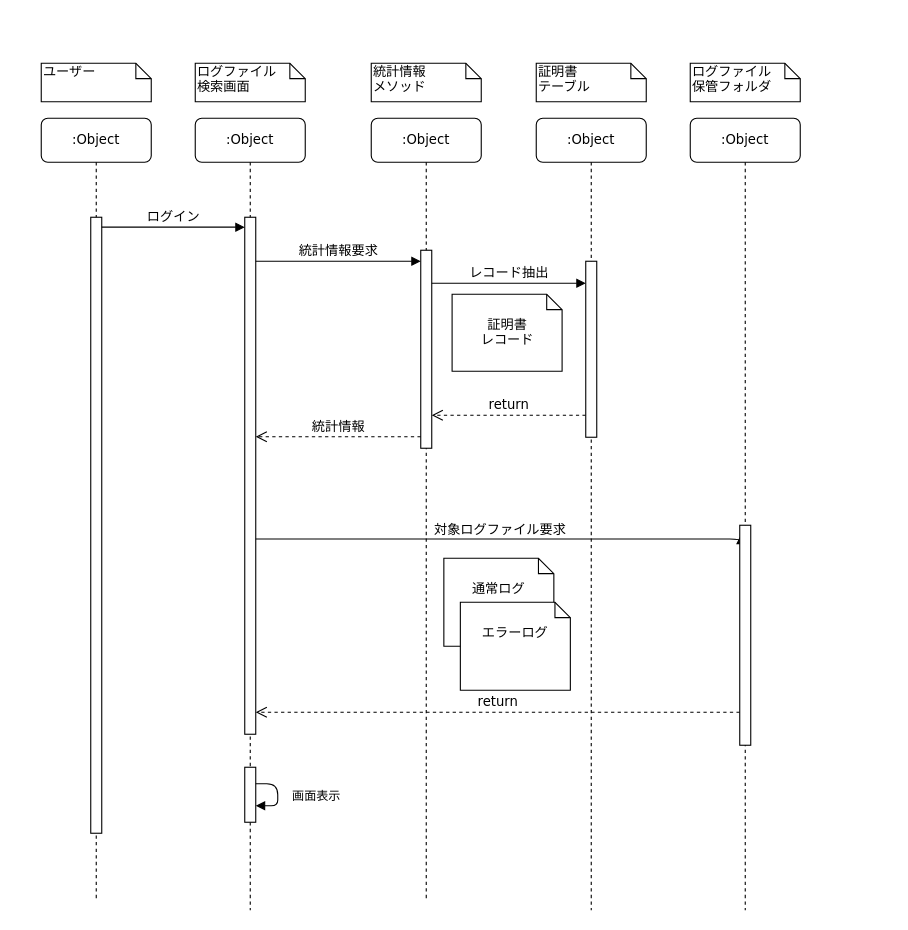
Before: page "シーケンス図（WEB UI）" (2 of 6) of UMLDiagram.drawio in r-asano/kaihatsubuKenshu, a draw.io diagram. Source tidied: cells renumbered, new cells numbered last; positions are measured from the earlier drawing's top-left corner, leaving out a move shared by most shapes. Both pictures are drawn from the tidied source at 110%, with x=0, y=0 at pixel (41, 63).
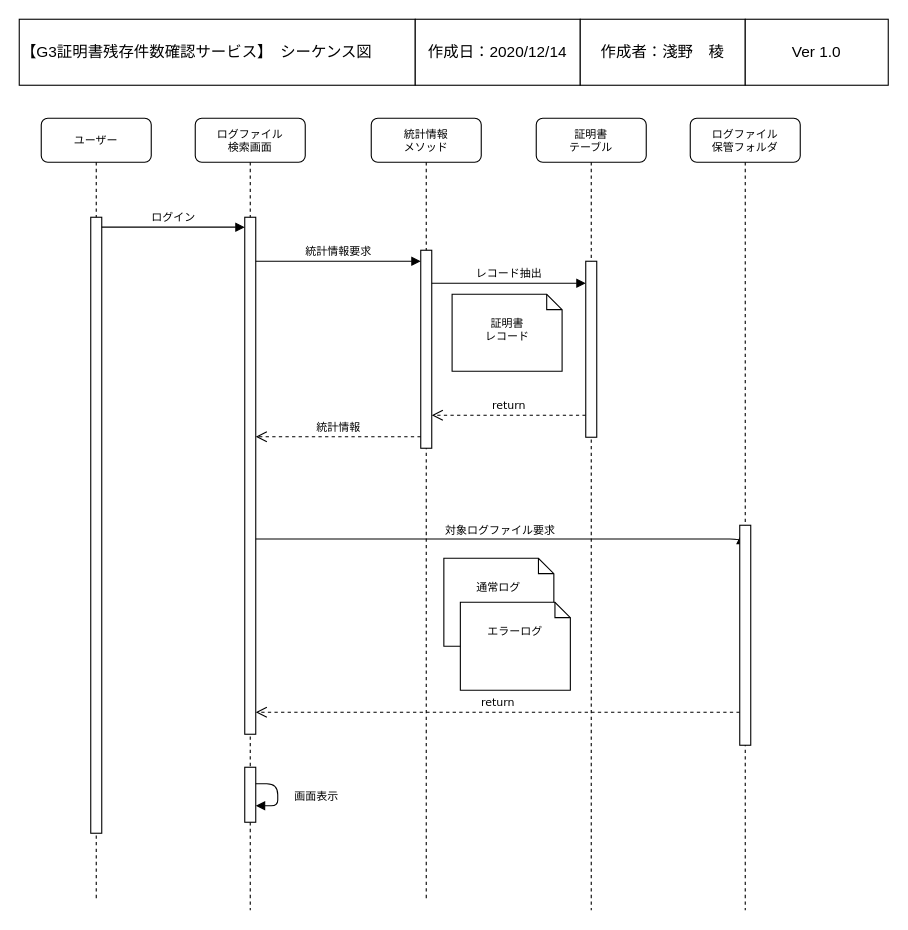
Above is the later version.

Diff of the diagram source:
```diff
@@
-    <mxCell id="2" value=":Object" style="shape=umlLifeline;perimeter=lifelinePerimeter;whiteSpace=wrap;html=1;rounded=1;shadow=0;comic=0;labelBackgroundColor=none;strokeWidth=1;fontFamily=Verdana;fontSize=12;align=center;" parent="1" vertex="1">
+    <mxCell id="2" value="ログファイル&lt;br style=&quot;font-size: 10px&quot;&gt;検索画面" style="shape=umlLifeline;perimeter=lifelinePerimeter;whiteSpace=wrap;html=1;rounded=1;shadow=0;comic=0;labelBackgroundColor=none;strokeWidth=1;fontFamily=Verdana;fontSize=10;align=center;" parent="1" vertex="1">
       <mxGeometry x="140" y="50" width="100" height="720" as="geometry" />
     </mxCell>
-    <mxCell id="3" style="html=1;points=[];perimeter=orthogonalPerimeter;rounded=0;shadow=0;comic=0;labelBackgroundColor=none;strokeWidth=1;fontFamily=Verdana;fontSize=12;align=center;" parent="2" vertex="1">
+    <mxCell id="3" style="html=1;points=[];perimeter=orthogonalPerimeter;rounded=0;shadow=0;comic=0;labelBackgroundColor=none;strokeWidth=1;fontFamily=Verdana;fontSize=10;align=center;" parent="2" vertex="1">
       <mxGeometry x="45" y="90" width="10" height="470" as="geometry" />
     </mxCell>
-    <mxCell id="4" style="html=1;points=[];perimeter=orthogonalPerimeter;rounded=0;shadow=0;comic=0;labelBackgroundColor=none;strokeWidth=1;fontFamily=Verdana;fontSize=12;align=center;" parent="2" vertex="1">
+    <mxCell id="4" style="html=1;points=[];perimeter=orthogonalPerimeter;rounded=0;shadow=0;comic=0;labelBackgroundColor=none;strokeWidth=1;fontFamily=Verdana;fontSize=10;align=center;" parent="2" vertex="1">
       <mxGeometry x="45" y="590" width="10" height="50" as="geometry" />
     </mxCell>
-    <mxCell id="5" value="画面表示" style="html=1;verticalAlign=bottom;endArrow=block;" parent="2" edge="1" source="4" target="4">
+    <mxCell id="5" value="画面表示" style="html=1;verticalAlign=bottom;endArrow=block;fontSize=10;" parent="2" edge="1" source="4" target="4">
       <mxGeometry x="0.33" y="-35" relative="1" as="geometry">
         <mxPoint x="35" y="35" as="offset" />
       </mxGeometry>
     </mxCell>
-    <mxCell id="6" value=":Object" style="shape=umlLifeline;perimeter=lifelinePerimeter;whiteSpace=wrap;html=1;rounded=1;shadow=0;comic=0;labelBackgroundColor=none;strokeWidth=1;fontFamily=Verdana;fontSize=12;align=center;" parent="1" vertex="1">
+    <mxCell id="6" value="&lt;div style=&quot;font-size: 10px&quot;&gt;統計情報&lt;/div&gt;&lt;div style=&quot;font-size: 10px&quot;&gt;メソッド&lt;br style=&quot;font-size: 10px&quot;&gt;&lt;/div&gt;" style="shape=umlLifeline;perimeter=lifelinePerimeter;whiteSpace=wrap;html=1;rounded=1;shadow=0;comic=0;labelBackgroundColor=none;strokeWidth=1;fontFamily=Verdana;fontSize=10;align=center;" parent="1" vertex="1">
       <mxGeometry x="300" y="50" width="100" height="710" as="geometry" />
     </mxCell>
-    <mxCell id="7" style="html=1;points=[];perimeter=orthogonalPerimeter;rounded=0;shadow=0;comic=0;labelBackgroundColor=none;strokeWidth=1;fontFamily=Verdana;fontSize=12;align=center;" parent="6" vertex="1">
+    <mxCell id="7" style="html=1;points=[];perimeter=orthogonalPerimeter;rounded=0;shadow=0;comic=0;labelBackgroundColor=none;strokeWidth=1;fontFamily=Verdana;fontSize=10;align=center;" parent="6" vertex="1">
       <mxGeometry x="45" y="120" width="10" height="180" as="geometry" />
     </mxCell>
-    <mxCell id="8" value=":Object" style="shape=umlLifeline;perimeter=lifelinePerimeter;whiteSpace=wrap;html=1;rounded=1;shadow=0;comic=0;labelBackgroundColor=none;strokeWidth=1;fontFamily=Verdana;fontSize=12;align=center;" parent="1" vertex="1">
+    <mxCell id="8" value="ユーザー" style="shape=umlLifeline;perimeter=lifelinePerimeter;whiteSpace=wrap;html=1;rounded=1;shadow=0;comic=0;labelBackgroundColor=none;strokeWidth=1;fontFamily=Verdana;fontSize=10;align=center;" parent="1" vertex="1">
       <mxGeometry y="50" width="100" height="710" as="geometry" />
     </mxCell>
-    <mxCell id="9" style="html=1;points=[];perimeter=orthogonalPerimeter;rounded=0;shadow=0;comic=0;labelBackgroundColor=none;strokeWidth=1;fontFamily=Verdana;fontSize=12;align=center;" parent="8" vertex="1">
+    <mxCell id="9" style="html=1;points=[];perimeter=orthogonalPerimeter;rounded=0;shadow=0;comic=0;labelBackgroundColor=none;strokeWidth=1;fontFamily=Verdana;fontSize=10;align=center;" parent="8" vertex="1">
       <mxGeometry x="45" y="90" width="10" height="560" as="geometry" />
     </mxCell>
-    <mxCell id="10" value="ユーザー" style="shape=note;whiteSpace=wrap;html=1;size=14;verticalAlign=top;align=left;spacingTop=-6;rounded=0;shadow=0;comic=0;labelBackgroundColor=none;strokeWidth=1;fontFamily=Verdana;fontSize=12;" parent="1" vertex="1">
-      <mxGeometry width="100" height="35" as="geometry" />
-    </mxCell>
-    <mxCell id="11" value="ログファイル&lt;br&gt;検索画面" style="shape=note;whiteSpace=wrap;html=1;size=14;verticalAlign=top;align=left;spacingTop=-6;rounded=0;shadow=0;comic=0;labelBackgroundColor=none;strokeWidth=1;fontFamily=Verdana;fontSize=12;" parent="1" vertex="1">
-      <mxGeometry x="140" width="100" height="35" as="geometry" />
-    </mxCell>
-    <mxCell id="12" value="&lt;div&gt;統計情報&lt;/div&gt;&lt;div&gt;メソッド&lt;br&gt;&lt;/div&gt;" style="shape=note;whiteSpace=wrap;html=1;size=14;verticalAlign=top;align=left;spacingTop=-6;rounded=0;shadow=0;comic=0;labelBackgroundColor=none;strokeWidth=1;fontFamily=Verdana;fontSize=12;" parent="1" vertex="1">
-      <mxGeometry x="300" width="100" height="35" as="geometry" />
-    </mxCell>
-    <mxCell id="13" value="対象ログファイル要求" style="html=1;verticalAlign=bottom;endArrow=block;labelBackgroundColor=none;fontFamily=Verdana;fontSize=12;edgeStyle=elbowEdgeStyle;elbow=vertical;entryX=0.1;entryY=0.043;entryDx=0;entryDy=0;entryPerimeter=0;" parent="1" edge="1" target="17">
+    <mxCell id="13" value="対象ログファイル要求" style="html=1;verticalAlign=bottom;endArrow=block;labelBackgroundColor=none;fontFamily=Verdana;fontSize=10;edgeStyle=elbowEdgeStyle;elbow=vertical;entryX=0.1;entryY=0.043;entryDx=0;entryDy=0;entryPerimeter=0;" parent="1" edge="1" target="17">
       <mxGeometry relative="1" as="geometry">
         <mxPoint x="195" y="432.5" as="sourcePoint" />
         <Array as="points">
           <mxPoint x="280" y="432.5" />
         </Array>
       </mxGeometry>
     </mxCell>
-    <mxCell id="14" value="return" style="html=1;verticalAlign=bottom;endArrow=open;dashed=1;endSize=8;labelBackgroundColor=none;fontFamily=Verdana;fontSize=12;edgeStyle=elbowEdgeStyle;elbow=vertical;" parent="1" edge="1" source="17" target="3">
+    <mxCell id="14" value="return" style="html=1;verticalAlign=bottom;endArrow=open;dashed=1;endSize=8;labelBackgroundColor=none;fontFamily=Verdana;fontSize=10;edgeStyle=elbowEdgeStyle;elbow=vertical;" parent="1" edge="1" source="17" target="3">
       <mxGeometry relative="1" as="geometry">
         <Array as="points">
           <mxPoint x="540" y="590" />
           <mxPoint x="280" y="552.5" />
           <mxPoint x="280" y="542.5" />
           <mxPoint x="310" y="542.5" />
         </Array>
       </mxGeometry>
     </mxCell>
-    <mxCell id="15" value="ログイン" style="html=1;verticalAlign=bottom;endArrow=block;labelBackgroundColor=none;fontFamily=Verdana;fontSize=12;edgeStyle=elbowEdgeStyle;elbow=vertical;entryX=0;entryY=0.45;entryDx=0;entryDy=0;entryPerimeter=0;" parent="1" edge="1" source="9">
+    <mxCell id="15" value="ログイン" style="html=1;verticalAlign=bottom;endArrow=block;labelBackgroundColor=none;fontFamily=Verdana;fontSize=10;edgeStyle=elbowEdgeStyle;elbow=vertical;entryX=0;entryY=0.45;entryDx=0;entryDy=0;entryPerimeter=0;" parent="1" edge="1" source="9">
       <mxGeometry relative="1" as="geometry">
         <mxPoint x="185" y="149" as="targetPoint" />
         <Array as="points">
           <mxPoint x="120" y="149" />
           <mxPoint x="145" y="160" />
         </Array>
       </mxGeometry>
     </mxCell>
-    <mxCell id="16" value=":Object" style="shape=umlLifeline;perimeter=lifelinePerimeter;whiteSpace=wrap;html=1;rounded=1;shadow=0;comic=0;labelBackgroundColor=none;strokeWidth=1;fontFamily=Verdana;fontSize=12;align=center;" parent="1" vertex="1">
+    <mxCell id="16" value="ログファイル&lt;br style=&quot;font-size: 10px&quot;&gt;保管フォルダ" style="shape=umlLifeline;perimeter=lifelinePerimeter;whiteSpace=wrap;html=1;rounded=1;shadow=0;comic=0;labelBackgroundColor=none;strokeWidth=1;fontFamily=Verdana;fontSize=10;align=center;" parent="1" vertex="1">
       <mxGeometry x="590" y="50" width="100" height="720" as="geometry" />
     </mxCell>
-    <mxCell id="17" style="html=1;points=[];perimeter=orthogonalPerimeter;rounded=0;shadow=0;comic=0;labelBackgroundColor=none;strokeWidth=1;fontFamily=Verdana;fontSize=12;align=center;" parent="16" vertex="1">
+    <mxCell id="17" style="html=1;points=[];perimeter=orthogonalPerimeter;rounded=0;shadow=0;comic=0;labelBackgroundColor=none;strokeWidth=1;fontFamily=Verdana;fontSize=10;align=center;" parent="16" vertex="1">
       <mxGeometry x="45" y="370" width="10" height="200" as="geometry" />
     </mxCell>
-    <mxCell id="18" value="ログファイル&lt;br&gt;保管フォルダ" style="shape=note;whiteSpace=wrap;html=1;size=14;verticalAlign=top;align=left;spacingTop=-6;rounded=0;shadow=0;comic=0;labelBackgroundColor=none;strokeWidth=1;fontFamily=Verdana;fontSize=12;" parent="1" vertex="1">
-      <mxGeometry x="590" width="100" height="35" as="geometry" />
-    </mxCell>
-    <mxCell id="19" value="レコード抽出" style="html=1;verticalAlign=bottom;endArrow=block;labelBackgroundColor=none;fontFamily=Verdana;fontSize=12;edgeStyle=elbowEdgeStyle;elbow=vertical;" parent="1" edge="1" target="24">
+    <mxCell id="19" value="レコード抽出" style="html=1;verticalAlign=bottom;endArrow=block;labelBackgroundColor=none;fontFamily=Verdana;fontSize=10;edgeStyle=elbowEdgeStyle;elbow=vertical;" parent="1" edge="1" target="24">
       <mxGeometry relative="1" as="geometry">
         <mxPoint x="355" y="200" as="sourcePoint" />
         <Array as="points">
           <mxPoint x="365" y="200" />
         </Array>
       </mxGeometry>
     </mxCell>
-    <mxCell id="20" value="&lt;div&gt;証明書&lt;/div&gt;&lt;div&gt;レコード&lt;/div&gt;" style="shape=note2;boundedLbl=1;whiteSpace=wrap;html=1;size=14;verticalAlign=top;align=center;" parent="1" vertex="1">
+    <mxCell id="20" value="&lt;div style=&quot;font-size: 10px;&quot;&gt;証明書&lt;/div&gt;&lt;div style=&quot;font-size: 10px;&quot;&gt;レコード&lt;/div&gt;" style="shape=note2;boundedLbl=1;whiteSpace=wrap;html=1;size=14;verticalAlign=top;align=center;fontSize=10;" parent="1" vertex="1">
       <mxGeometry x="373.5" y="210" width="100" height="70" as="geometry" />
     </mxCell>
-    <mxCell id="21" value="return" style="html=1;verticalAlign=bottom;endArrow=open;dashed=1;endSize=8;labelBackgroundColor=none;fontFamily=Verdana;fontSize=12;edgeStyle=elbowEdgeStyle;elbow=vertical;" parent="1" edge="1" source="24">
+    <mxCell id="21" value="return" style="html=1;verticalAlign=bottom;endArrow=open;dashed=1;endSize=8;labelBackgroundColor=none;fontFamily=Verdana;fontSize=10;edgeStyle=elbowEdgeStyle;elbow=vertical;" parent="1" edge="1" source="24">
       <mxGeometry relative="1" as="geometry">
         <mxPoint x="355" y="320" as="targetPoint" />
         <Array as="points">
           <mxPoint x="480" y="320" />
           <mxPoint x="460" y="300" />
           <mxPoint x="390" y="290" />
           <mxPoint x="765" y="360" />
           <mxPoint x="795" y="360" />
         </Array>
       </mxGeometry>
     </mxCell>
-    <mxCell id="22" value="統計情報" style="html=1;verticalAlign=bottom;endArrow=open;dashed=1;endSize=8;labelBackgroundColor=none;fontFamily=Verdana;fontSize=12;edgeStyle=elbowEdgeStyle;elbow=vertical;" parent="1" edge="1" source="7" target="3">
+    <mxCell id="22" value="統計情報" style="html=1;verticalAlign=bottom;endArrow=open;dashed=1;endSize=8;labelBackgroundColor=none;fontFamily=Verdana;fontSize=10;edgeStyle=elbowEdgeStyle;elbow=vertical;" parent="1" edge="1" source="7" target="3">
       <mxGeometry relative="1" as="geometry">
         <Array as="points">
           <mxPoint x="235" y="339.5" />
           <mxPoint x="235" y="329.5" />
           <mxPoint x="265" y="329.5" />
         </Array>
       </mxGeometry>
     </mxCell>
-    <mxCell id="23" value=":Object" style="shape=umlLifeline;perimeter=lifelinePerimeter;whiteSpace=wrap;html=1;rounded=1;shadow=0;comic=0;labelBackgroundColor=none;strokeWidth=1;fontFamily=Verdana;fontSize=12;align=center;" parent="1" vertex="1">
+    <mxCell id="23" value="&lt;div style=&quot;font-size: 10px&quot;&gt;証明書&lt;/div&gt;&lt;div style=&quot;font-size: 10px&quot;&gt;テーブル&lt;br style=&quot;font-size: 10px&quot;&gt;&lt;/div&gt;" style="shape=umlLifeline;perimeter=lifelinePerimeter;whiteSpace=wrap;html=1;rounded=1;shadow=0;comic=0;labelBackgroundColor=none;strokeWidth=1;fontFamily=Verdana;fontSize=10;align=center;" parent="1" vertex="1">
       <mxGeometry x="450" y="50" width="100" height="720" as="geometry" />
     </mxCell>
-    <mxCell id="24" style="html=1;points=[];perimeter=orthogonalPerimeter;rounded=0;shadow=0;comic=0;labelBackgroundColor=none;strokeWidth=1;fontFamily=Verdana;fontSize=12;align=center;" parent="23" vertex="1">
+    <mxCell id="24" style="html=1;points=[];perimeter=orthogonalPerimeter;rounded=0;shadow=0;comic=0;labelBackgroundColor=none;strokeWidth=1;fontFamily=Verdana;fontSize=10;align=center;" parent="23" vertex="1">
       <mxGeometry x="45" y="130" width="10" height="160" as="geometry" />
     </mxCell>
-    <mxCell id="25" value="&lt;div&gt;証明書&lt;/div&gt;&lt;div&gt;テーブル&lt;br&gt;&lt;/div&gt;" style="shape=note;whiteSpace=wrap;html=1;size=14;verticalAlign=top;align=left;spacingTop=-6;rounded=0;shadow=0;comic=0;labelBackgroundColor=none;strokeWidth=1;fontFamily=Verdana;fontSize=12;" parent="1" vertex="1">
-      <mxGeometry x="450" width="100" height="35" as="geometry" />
-    </mxCell>
-    <mxCell id="26" value="統計情報要求" style="html=1;verticalAlign=bottom;endArrow=block;labelBackgroundColor=none;fontFamily=Verdana;fontSize=12;edgeStyle=elbowEdgeStyle;elbow=vertical;" parent="1" edge="1" source="3" target="7">
+    <mxCell id="26" value="統計情報要求" style="html=1;verticalAlign=bottom;endArrow=block;labelBackgroundColor=none;fontFamily=Verdana;fontSize=10;edgeStyle=elbowEdgeStyle;elbow=vertical;" parent="1" edge="1" source="3" target="7">
       <mxGeometry relative="1" as="geometry">
         <Array as="points">
           <mxPoint x="210" y="180" />
         </Array>
       </mxGeometry>
     </mxCell>
-    <mxCell id="27" value="&lt;div align=&quot;center&quot;&gt;通常ログ&lt;/div&gt;" style="shape=note2;boundedLbl=1;whiteSpace=wrap;html=1;size=14;verticalAlign=top;align=center;" parent="1" vertex="1">
+    <mxCell id="27" value="&lt;div style=&quot;font-size: 10px;&quot; align=&quot;center&quot;&gt;通常ログ&lt;/div&gt;" style="shape=note2;boundedLbl=1;whiteSpace=wrap;html=1;size=14;verticalAlign=top;align=center;fontSize=10;" parent="1" vertex="1">
       <mxGeometry x="366" y="450" width="100" height="80" as="geometry" />
     </mxCell>
-    <mxCell id="28" value="エラーログ" style="shape=note2;boundedLbl=1;whiteSpace=wrap;html=1;size=14;verticalAlign=top;align=center;" parent="1" vertex="1">
+    <mxCell id="28" value="エラーログ" style="shape=note2;boundedLbl=1;whiteSpace=wrap;html=1;size=14;verticalAlign=top;align=center;fontSize=10;" parent="1" vertex="1">
       <mxGeometry x="381" y="490" width="100" height="80" as="geometry" />
     </mxCell>
+    <mxCell id="29" value="&lt;div style=&quot;font-size: 14px&quot; align=&quot;left&quot;&gt;&lt;font style=&quot;font-size: 14px&quot;&gt;【G3証明書残存件数確認サービス】　シーケンス図&lt;/font&gt;&lt;/div&gt;" style="rounded=0;whiteSpace=wrap;html=1;align=left;fontSize=14;" parent="1" vertex="1">
+      <mxGeometry x="-20" y="-40" width="360" height="60" as="geometry" />
+    </mxCell>
+    <mxCell id="30" value="&lt;font style=&quot;font-size: 14px;&quot;&gt;作成日：2020/12/14&lt;/font&gt;" style="rounded=0;whiteSpace=wrap;html=1;fontSize=14;" parent="1" vertex="1">
+      <mxGeometry x="340" y="-40" width="150" height="60" as="geometry" />
+    </mxCell>
+    <mxCell id="31" value="&lt;font style=&quot;font-size: 14px;&quot;&gt;作成者：淺野　稜&lt;/font&gt;" style="rounded=0;whiteSpace=wrap;html=1;fontSize=14;" parent="1" vertex="1">
+      <mxGeometry x="490" y="-40" width="150" height="60" as="geometry" />
+    </mxCell>
+    <mxCell id="32" value="&lt;font style=&quot;font-size: 14px;&quot;&gt;Ver 1.0&lt;/font&gt;" style="rounded=0;whiteSpace=wrap;html=1;fontSize=14;" parent="1" vertex="1">
+      <mxGeometry x="640" y="-40" width="130" height="60" as="geometry" />
+    </mxCell>
```
